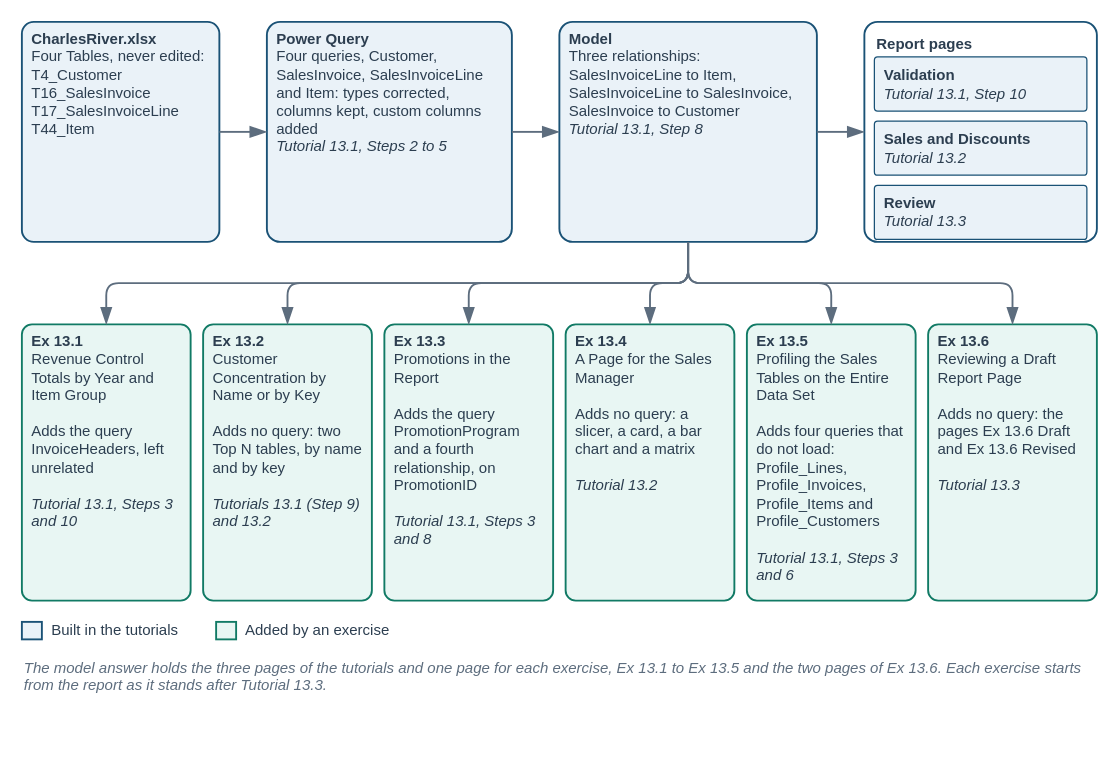
The draw.io diagram facts/instructor/figures/chapter-13-power-bi-essentials/IF-13-0-A.drawio in mmcodesso/Accounting_Analytics_Book, before the edit. Source tidied: cells renumbered, new cells numbered last; positions are measured from the earlier drawing's top-left corner, leaving out a move shared by most shapes. Both pictures are drawn from the tidied source at 125%, with x=0, y=0 at pixel (21, 21).
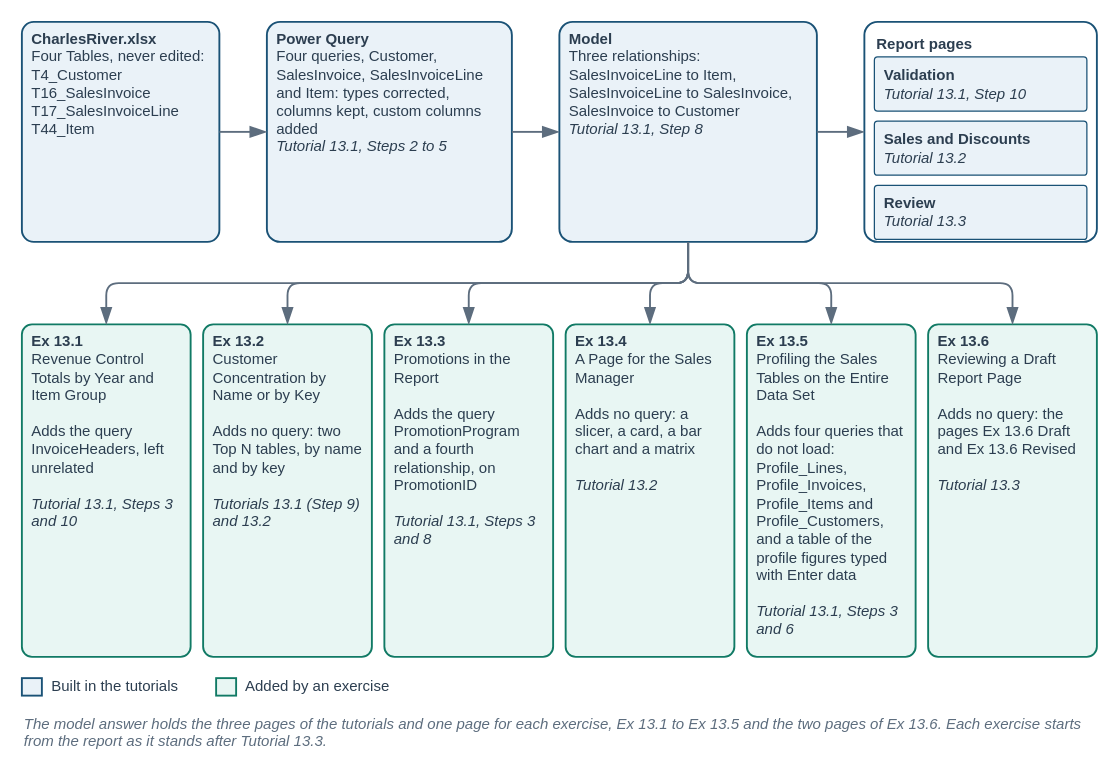
The same page after the edit.

Diff of the diagram source:
```diff
@@
     <mxCell id="2" style="rounded=0;html=1;fillColor=none;strokeColor=none;" parent="1" vertex="1">
-      <mxGeometry width="860" height="543" as="geometry" />
+      <mxGeometry width="860" height="588" as="geometry" />
     </mxCell>
@@
     <mxCell id="14" value="&lt;b&gt;Ex 13.1&lt;/b&gt;&lt;br&gt;Revenue Control Totals by Year and Item Group&lt;br&gt;&lt;br&gt;Adds the query InvoiceHeaders, left unrelated&lt;br&gt;&lt;br&gt;&lt;i&gt;Tutorial 13.1, Steps 3 and 10&lt;/i&gt;" style="rounded=1;arcSize=6;whiteSpace=wrap;html=1;fillColor=#E8F6F3;strokeColor=#117A65;strokeWidth=1.5;fontColor=#2C3E50;fontSize=12;fontStyle=0;align=left;verticalAlign=top;fontFamily=Helvetica;spacingLeft=6;spacingRight=6;" parent="1" vertex="1">
-      <mxGeometry y="242" width="135" height="221" as="geometry" />
+      <mxGeometry y="242" width="135" height="266" as="geometry" />
     </mxCell>
@@
     <mxCell id="16" value="&lt;b&gt;Ex 13.2&lt;/b&gt;&lt;br&gt;Customer Concentration by Name or by Key&lt;br&gt;&lt;br&gt;Adds no query: two Top N tables, by name and by key&lt;br&gt;&lt;br&gt;&lt;i&gt;Tutorials 13.1 (Step 9) and 13.2&lt;/i&gt;" style="rounded=1;arcSize=6;whiteSpace=wrap;html=1;fillColor=#E8F6F3;strokeColor=#117A65;strokeWidth=1.5;fontColor=#2C3E50;fontSize=12;fontStyle=0;align=left;verticalAlign=top;fontFamily=Helvetica;spacingLeft=6;spacingRight=6;" parent="1" vertex="1">
-      <mxGeometry x="145" y="242" width="135" height="221" as="geometry" />
+      <mxGeometry x="145" y="242" width="135" height="266" as="geometry" />
     </mxCell>
@@
     <mxCell id="18" value="&lt;b&gt;Ex 13.3&lt;/b&gt;&lt;br&gt;Promotions in the Report&lt;br&gt;&lt;br&gt;Adds the query PromotionProgram and a fourth relationship, on PromotionID&lt;br&gt;&lt;br&gt;&lt;i&gt;Tutorial 13.1, Steps 3 and 8&lt;/i&gt;" style="rounded=1;arcSize=6;whiteSpace=wrap;html=1;fillColor=#E8F6F3;strokeColor=#117A65;strokeWidth=1.5;fontColor=#2C3E50;fontSize=12;fontStyle=0;align=left;verticalAlign=top;fontFamily=Helvetica;spacingLeft=6;spacingRight=6;" parent="1" vertex="1">
-      <mxGeometry x="290" y="242" width="135" height="221" as="geometry" />
+      <mxGeometry x="290" y="242" width="135" height="266" as="geometry" />
     </mxCell>
@@
     <mxCell id="20" value="&lt;b&gt;Ex 13.4&lt;/b&gt;&lt;br&gt;A Page for the Sales Manager&lt;br&gt;&lt;br&gt;Adds no query: a slicer, a card, a bar chart and a matrix&lt;br&gt;&lt;br&gt;&lt;i&gt;Tutorial 13.2&lt;/i&gt;" style="rounded=1;arcSize=6;whiteSpace=wrap;html=1;fillColor=#E8F6F3;strokeColor=#117A65;strokeWidth=1.5;fontColor=#2C3E50;fontSize=12;fontStyle=0;align=left;verticalAlign=top;fontFamily=Helvetica;spacingLeft=6;spacingRight=6;" parent="1" vertex="1">
-      <mxGeometry x="435" y="242" width="135" height="221" as="geometry" />
+      <mxGeometry x="435" y="242" width="135" height="266" as="geometry" />
     </mxCell>
@@
-    <mxCell id="22" value="&lt;b&gt;Ex 13.5&lt;/b&gt;&lt;br&gt;Profiling the Sales Tables on the Entire Data Set&lt;br&gt;&lt;br&gt;Adds four queries that do not load: Profile_Lines, Profile_Invoices, Profile_Items and Profile_Customers&lt;br&gt;&lt;br&gt;&lt;i&gt;Tutorial 13.1, Steps 3 and 6&lt;/i&gt;" style="rounded=1;arcSize=6;whiteSpace=wrap;html=1;fillColor=#E8F6F3;strokeColor=#117A65;strokeWidth=1.5;fontColor=#2C3E50;fontSize=12;fontStyle=0;align=left;verticalAlign=top;fontFamily=Helvetica;spacingLeft=6;spacingRight=6;" parent="1" vertex="1">
-      <mxGeometry x="580" y="242" width="135" height="221" as="geometry" />
+    <mxCell id="22" value="&lt;b&gt;Ex 13.5&lt;/b&gt;&lt;br&gt;Profiling the Sales Tables on the Entire Data Set&lt;br&gt;&lt;br&gt;Adds four queries that do not load: Profile_Lines, Profile_Invoices, Profile_Items and Profile_Customers, and a table of the profile figures typed with Enter data&lt;br&gt;&lt;br&gt;&lt;i&gt;Tutorial 13.1, Steps 3 and 6&lt;/i&gt;" style="rounded=1;arcSize=6;whiteSpace=wrap;html=1;fillColor=#E8F6F3;strokeColor=#117A65;strokeWidth=1.5;fontColor=#2C3E50;fontSize=12;fontStyle=0;align=left;verticalAlign=top;fontFamily=Helvetica;spacingLeft=6;spacingRight=6;" parent="1" vertex="1">
+      <mxGeometry x="580" y="242" width="135" height="266" as="geometry" />
     </mxCell>
@@
     <mxCell id="24" value="&lt;b&gt;Ex 13.6&lt;/b&gt;&lt;br&gt;Reviewing a Draft Report Page&lt;br&gt;&lt;br&gt;Adds no query: the pages Ex 13.6 Draft and Ex 13.6 Revised&lt;br&gt;&lt;br&gt;&lt;i&gt;Tutorial 13.3&lt;/i&gt;" style="rounded=1;arcSize=6;whiteSpace=wrap;html=1;fillColor=#E8F6F3;strokeColor=#117A65;strokeWidth=1.5;fontColor=#2C3E50;fontSize=12;fontStyle=0;align=left;verticalAlign=top;fontFamily=Helvetica;spacingLeft=6;spacingRight=6;" parent="1" vertex="1">
-      <mxGeometry x="725" y="242" width="135" height="221" as="geometry" />
+      <mxGeometry x="725" y="242" width="135" height="266" as="geometry" />
     </mxCell>
@@
     <mxCell id="26" style="rounded=0;arcSize=6;whiteSpace=wrap;html=1;fillColor=#EAF2F8;strokeColor=#1A5276;strokeWidth=1.5;fontColor=#2C3E50;fontSize=13;fontStyle=0;align=center;verticalAlign=middle;fontFamily=Helvetica;spacingLeft=6;spacingRight=6;" parent="1" vertex="1">
-      <mxGeometry y="480" width="16" height="14" as="geometry" />
+      <mxGeometry y="525" width="16" height="14" as="geometry" />
     </mxCell>
     <mxCell id="27" value="Built in the tutorials" style="text;html=1;whiteSpace=wrap;align=left;verticalAlign=middle;fontSize=12;fontColor=#2C3E50;fontStyle=0;fontFamily=Helvetica;spacing=2;fillColor=none;strokeColor=none;" parent="1" vertex="1">
-      <mxGeometry x="22" y="477" width="109.4" height="20" as="geometry" />
+      <mxGeometry x="22" y="522" width="109.4" height="20" as="geometry" />
     </mxCell>
     <mxCell id="28" style="rounded=0;arcSize=6;whiteSpace=wrap;html=1;fillColor=#E8F6F3;strokeColor=#117A65;strokeWidth=1.5;fontColor=#2C3E50;fontSize=13;fontStyle=0;align=center;verticalAlign=middle;fontFamily=Helvetica;spacingLeft=6;spacingRight=6;" parent="1" vertex="1">
-      <mxGeometry x="155.4" y="480" width="16" height="14" as="geometry" />
+      <mxGeometry x="155.4" y="525" width="16" height="14" as="geometry" />
     </mxCell>
     <mxCell id="29" value="Added by an exercise" style="text;html=1;whiteSpace=wrap;align=left;verticalAlign=middle;fontSize=12;fontColor=#2C3E50;fontStyle=0;fontFamily=Helvetica;spacing=2;fillColor=none;strokeColor=none;" parent="1" vertex="1">
-      <mxGeometry x="177.4" y="477" width="123.4" height="20" as="geometry" />
+      <mxGeometry x="177.4" y="522" width="123.4" height="20" as="geometry" />
     </mxCell>
     <mxCell id="30" value="&lt;i&gt;The model answer holds the three pages of the tutorials and one page for each exercise, Ex 13.1 to Ex 13.5 and the two pages of Ex 13.6. Each exercise starts from the report as it stands after Tutorial 13.3.&lt;/i&gt;" style="text;html=1;whiteSpace=wrap;align=left;verticalAlign=top;fontSize=12;fontColor=#5D6D7E;fontStyle=0;fontFamily=Helvetica;spacing=2;fillColor=none;strokeColor=none;" parent="1" vertex="1">
-      <mxGeometry y="503" width="860" height="38" as="geometry" />
+      <mxGeometry y="548" width="860" height="38" as="geometry" />
     </mxCell>
```
